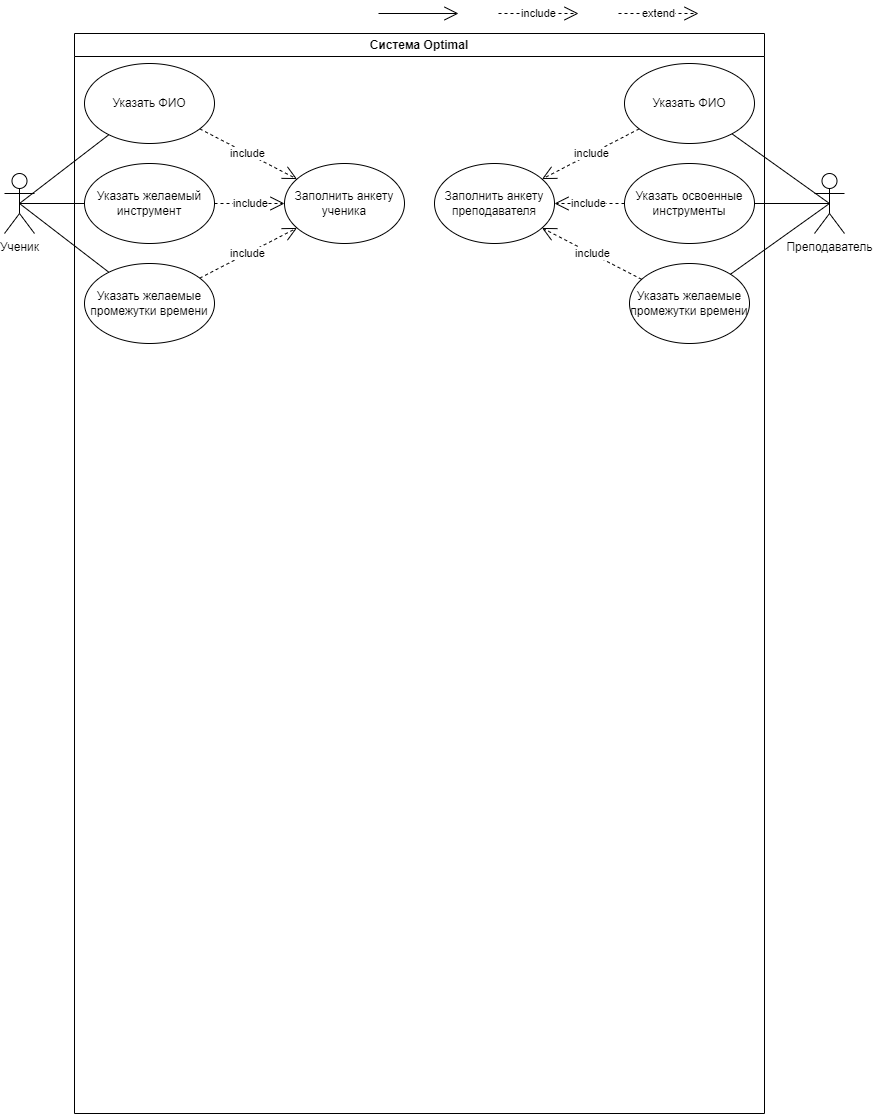
watashinonericell/myrepos keeps this draw.io diagram as Use_Case.png. Above is the earlier version. Source tidied: cells renumbered, new cells last; positions are measured from the earlier drawing's top-left corner, leaving out a move shared by most shapes.
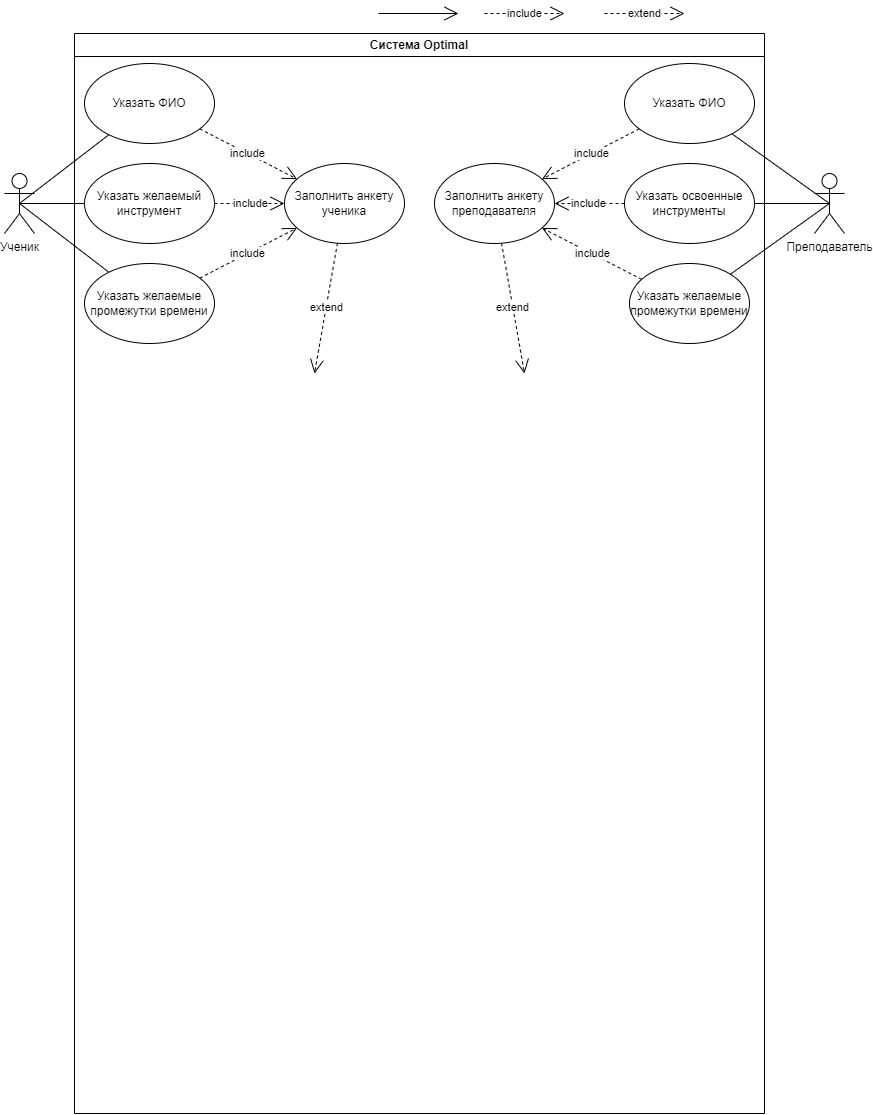
After the commit.

Diff of the diagram source:
```diff
@@ -16,14 +16,13 @@
     </mxCell>
     <mxCell id="5" value="include" style="endArrow=open;endSize=12;dashed=1;html=1;rounded=0;" parent="1" edge="1">
       <mxGeometry relative="1" as="geometry">
-        <mxPoint x="494" as="sourcePoint" />
-        <mxPoint x="574" as="targetPoint" />
+        <mxPoint x="480" as="sourcePoint" />
+        <mxPoint x="560" as="targetPoint" />
       </mxGeometry>
     </mxCell>
-    <mxCell id="6" value="extend" style="endArrow=open;endSize=12;dashed=1;html=1;rounded=0;" parent="1" edge="1">
+    <mxCell id="6" value="extend" style="endArrow=open;endSize=12;dashed=1;html=1;rounded=0;" parent="1" edge="1" source="17">
       <mxGeometry relative="1" as="geometry">
-        <mxPoint x="614" as="sourcePoint" />
-        <mxPoint x="694" as="targetPoint" />
+        <mxPoint x="520" y="360" as="targetPoint" />
       </mxGeometry>
     </mxCell>
     <mxCell id="7" value="Система Optimal" style="swimlane;whiteSpace=wrap;html=1;" parent="1" vertex="1">
@@ -89,5 +88,16 @@
     <mxCell id="27" style="endArrow=none;html=1;rounded=0;exitX=0.5;exitY=0.5;exitDx=0;exitDy=0;exitPerimeter=0;" parent="1" edge="1" source="4" target="20">
       <mxGeometry relative="1" as="geometry" />
     </mxCell>
+    <mxCell id="28" value="extend" style="endArrow=open;endSize=12;dashed=1;html=1;rounded=0;" parent="1" edge="1" source="10">
+      <mxGeometry relative="1" as="geometry">
+        <mxPoint x="310" y="360" as="targetPoint" />
+      </mxGeometry>
+    </mxCell>
+    <mxCell id="29" value="extend" style="endArrow=open;endSize=12;dashed=1;html=1;rounded=0;" parent="1" edge="1">
+      <mxGeometry relative="1" as="geometry">
+        <mxPoint x="600" as="sourcePoint" />
+        <mxPoint x="680" as="targetPoint" />
+      </mxGeometry>
+    </mxCell>
   </root>
 </mxGraphModel>
```
